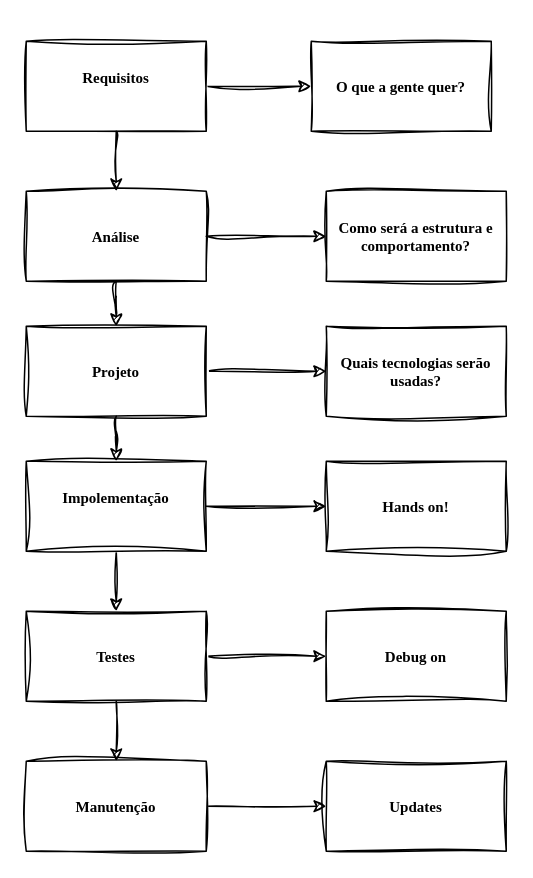
This is project-esp32nativesense.drawio from r0bertgabriel/ESP32NativeSense, a draw.io file, before an edit. Source tidied: cells renumbered, new cells numbered last; positions are measured from the earlier drawing's top-left corner, leaving out a move shared by most shapes. Both pictures are drawn from the tidied source at 150%, with x=0, y=0 at pixel (26, 40).
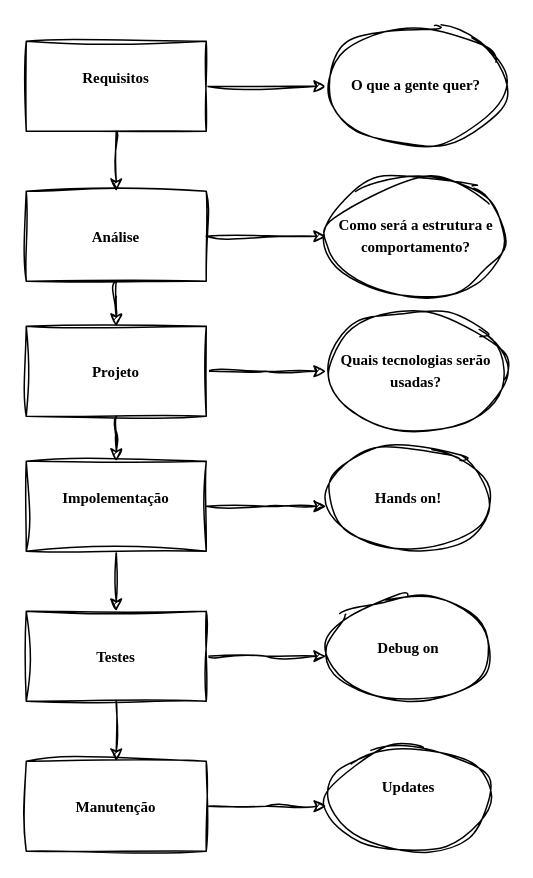
After the change.

Unchanged cells that the change refers to:
```xml
<mxCell id="4" value="Requisitos&lt;div&gt;&lt;br&gt;&lt;/div&gt;" style="rounded=0;whiteSpace=wrap;html=1;sketch=1;curveFitting=1;jiggle=2;labelBackgroundColor=none;fontFamily=Garamond;fontSize=10;fontStyle=1;" parent="1" vertex="1">
  <mxGeometry width="120" height="60" as="geometry" />
</mxCell>
<mxCell id="7" value="Análise" style="rounded=0;whiteSpace=wrap;html=1;sketch=1;curveFitting=1;jiggle=2;labelBackgroundColor=none;fontFamily=Garamond;fontSize=10;fontStyle=1;" parent="1" vertex="1">
  <mxGeometry y="100" width="120" height="60" as="geometry" />
</mxCell>
<mxCell id="10" value="Projeto" style="rounded=0;whiteSpace=wrap;html=1;sketch=1;curveFitting=1;jiggle=2;labelBackgroundColor=none;fontFamily=Garamond;fontSize=10;fontStyle=1;" parent="1" vertex="1">
  <mxGeometry y="190" width="120" height="60" as="geometry" />
</mxCell>
<mxCell id="13" value="Impolementação&lt;div&gt;&lt;br&gt;&lt;/div&gt;" style="whiteSpace=wrap;html=1;fontSize=10;fontFamily=Garamond;rounded=0;sketch=1;curveFitting=1;jiggle=2;labelBackgroundColor=none;fontStyle=1;" parent="1" vertex="1">
  <mxGeometry y="280" width="120" height="60" as="geometry" />
</mxCell>
<mxCell id="16" value="Testes" style="whiteSpace=wrap;html=1;fontSize=10;fontFamily=Garamond;rounded=0;sketch=1;curveFitting=1;jiggle=2;labelBackgroundColor=none;fontStyle=1;" parent="1" vertex="1">
  <mxGeometry y="380" width="120" height="60" as="geometry" />
</mxCell>
<mxCell id="18" value="Manutenção" style="whiteSpace=wrap;html=1;fontSize=10;fontFamily=Garamond;rounded=0;sketch=1;curveFitting=1;jiggle=2;labelBackgroundColor=none;fontStyle=1;" parent="1" vertex="1">
  <mxGeometry y="480" width="120" height="60" as="geometry" />
</mxCell>
```

What changed in the source:
```diff
@@
-    <mxCell id="3" style="edgeStyle=orthogonalEdgeStyle;rounded=0;sketch=1;hachureGap=4;jiggle=2;curveFitting=1;jettySize=auto;html=1;fontFamily=Architects Daughter;" parent="1" edge="1" source="4" target="19">
+    <mxCell id="3" style="edgeStyle=orthogonalEdgeStyle;rounded=0;sketch=1;hachureGap=4;jiggle=2;curveFitting=1;jettySize=auto;html=1;fontFamily=Architects Daughter;entryX=0;entryY=0.5;entryDx=0;entryDy=0;" parent="1" edge="1" source="4" target="19">
       <mxGeometry relative="1" as="geometry" />
     </mxCell>
@@
-    <mxCell id="6" style="edgeStyle=orthogonalEdgeStyle;rounded=0;sketch=1;hachureGap=4;jiggle=2;curveFitting=1;jettySize=auto;html=1;fontFamily=Architects Daughter;" parent="1" edge="1" source="7" target="20">
+    <mxCell id="6" style="edgeStyle=orthogonalEdgeStyle;rounded=0;sketch=1;hachureGap=4;jiggle=2;curveFitting=1;jettySize=auto;html=1;fontFamily=Architects Daughter;entryX=0;entryY=0.5;entryDx=0;entryDy=0;" parent="1" edge="1" source="7" target="20">
       <mxGeometry relative="1" as="geometry" />
     </mxCell>
@@
-    <mxCell id="9" style="edgeStyle=orthogonalEdgeStyle;rounded=0;sketch=1;hachureGap=4;jiggle=2;curveFitting=1;jettySize=auto;html=1;fontFamily=Architects Daughter;" parent="1" edge="1" source="10" target="21">
-      <mxGeometry relative="1" as="geometry" />
+    <mxCell id="9" style="edgeStyle=orthogonalEdgeStyle;rounded=0;sketch=1;hachureGap=4;jiggle=2;curveFitting=1;jettySize=auto;html=1;fontFamily=Architects Daughter;" parent="1" edge="1" source="10">
+      <mxGeometry relative="1" as="geometry">
+        <mxPoint x="200" y="220" as="targetPoint" />
+      </mxGeometry>
     </mxCell>
@@
-    <mxCell id="12" style="edgeStyle=orthogonalEdgeStyle;rounded=0;sketch=1;hachureGap=4;jiggle=2;curveFitting=1;jettySize=auto;html=1;fontFamily=Architects Daughter;" parent="1" edge="1" source="13" target="22">
-      <mxGeometry relative="1" as="geometry" />
+    <mxCell id="12" style="edgeStyle=orthogonalEdgeStyle;rounded=0;sketch=1;hachureGap=4;jiggle=2;curveFitting=1;jettySize=auto;html=1;fontFamily=Architects Daughter;" parent="1" edge="1" source="13">
+      <mxGeometry relative="1" as="geometry">
+        <mxPoint x="200" y="310" as="targetPoint" />
+      </mxGeometry>
     </mxCell>
@@
-    <mxCell id="15" style="edgeStyle=orthogonalEdgeStyle;rounded=0;sketch=1;hachureGap=4;jiggle=2;curveFitting=1;jettySize=auto;html=1;fontFamily=Architects Daughter;" parent="1" edge="1" source="16" target="23">
-      <mxGeometry relative="1" as="geometry" />
+    <mxCell id="15" style="edgeStyle=orthogonalEdgeStyle;rounded=0;sketch=1;hachureGap=4;jiggle=2;curveFitting=1;jettySize=auto;html=1;fontFamily=Architects Daughter;" parent="1" edge="1" source="16">
+      <mxGeometry relative="1" as="geometry">
+        <mxPoint x="200" y="410" as="targetPoint" />
+      </mxGeometry>
     </mxCell>
@@
-    <mxCell id="17" style="edgeStyle=orthogonalEdgeStyle;rounded=0;sketch=1;hachureGap=4;jiggle=2;curveFitting=1;jettySize=auto;html=1;fontFamily=Architects Daughter;" parent="1" edge="1" source="18" target="24">
-      <mxGeometry relative="1" as="geometry" />
+    <mxCell id="17" style="edgeStyle=orthogonalEdgeStyle;rounded=0;sketch=1;hachureGap=4;jiggle=2;curveFitting=1;jettySize=auto;html=1;fontFamily=Architects Daughter;" parent="1" edge="1" source="18">
+      <mxGeometry relative="1" as="geometry">
+        <mxPoint x="200" y="510" as="targetPoint" />
+      </mxGeometry>
     </mxCell>
@@
-    <mxCell id="19" value="&lt;div&gt;O que a gente quer?&lt;/div&gt;" style="rounded=0;whiteSpace=wrap;html=1;sketch=1;curveFitting=1;jiggle=2;labelBackgroundColor=none;fontFamily=Garamond;fontSize=10;fontStyle=1;" parent="1" vertex="1">
-      <mxGeometry x="190" width="120" height="60" as="geometry" />
+    <mxCell id="19" value="&lt;span style=&quot;font-family: Garamond; font-size: 10px; font-weight: 700;&quot;&gt;O que a gente quer?&lt;/span&gt;" style="ellipse;whiteSpace=wrap;html=1;sketch=1;hachureGap=4;jiggle=2;curveFitting=1;fontFamily=Architects Daughter;shadow=0;" parent="1" vertex="1">
+      <mxGeometry x="200" y="-10" width="120" height="80" as="geometry" />
     </mxCell>
-    <mxCell id="20" value="Como será a estrutura e comportamento?" style="rounded=0;whiteSpace=wrap;html=1;sketch=1;curveFitting=1;jiggle=2;labelBackgroundColor=none;fontFamily=Garamond;fontSize=10;fontStyle=1;" parent="1" vertex="1">
-      <mxGeometry x="200" y="100" width="120" height="60" as="geometry" />
+    <mxCell id="20" value="&lt;span style=&quot;font-family: Garamond; font-size: 10px; font-weight: 700;&quot;&gt;Como será a estrutura e comportamento?&lt;/span&gt;" style="ellipse;whiteSpace=wrap;html=1;sketch=1;hachureGap=4;jiggle=2;curveFitting=1;fontFamily=Architects Daughter;shadow=0;" parent="1" vertex="1">
+      <mxGeometry x="200" y="90" width="120" height="80" as="geometry" />
     </mxCell>
-    <mxCell id="21" value="Quais tecnologias serão usadas?" style="rounded=0;whiteSpace=wrap;html=1;sketch=1;curveFitting=1;jiggle=2;labelBackgroundColor=none;fontFamily=Garamond;fontSize=10;fontStyle=1;" parent="1" vertex="1">
-      <mxGeometry x="200" y="190" width="120" height="60" as="geometry" />
+    <mxCell id="21" value="&lt;span style=&quot;font-family: Garamond; font-size: 10px; font-weight: 700;&quot;&gt;Quais tecnologias serão usadas?&lt;/span&gt;" style="ellipse;whiteSpace=wrap;html=1;sketch=1;hachureGap=4;jiggle=2;curveFitting=1;fontFamily=Architects Daughter;shadow=0;" parent="1" vertex="1">
+      <mxGeometry x="200" y="180" width="120" height="80" as="geometry" />
     </mxCell>
-    <mxCell id="22" value="&lt;div&gt;Hands on!&lt;/div&gt;" style="whiteSpace=wrap;html=1;fontSize=10;fontFamily=Garamond;rounded=0;sketch=1;curveFitting=1;jiggle=2;labelBackgroundColor=none;fontStyle=1;" parent="1" vertex="1">
-      <mxGeometry x="200" y="280" width="120" height="60" as="geometry" />
+    <mxCell id="22" value="&lt;span style=&quot;font-family: Garamond; font-size: 10px; font-weight: 700;&quot;&gt;Hands on!&lt;/span&gt;" style="ellipse;whiteSpace=wrap;html=1;sketch=1;hachureGap=4;jiggle=2;curveFitting=1;fontFamily=Architects Daughter;shadow=0;" parent="1" vertex="1">
+      <mxGeometry x="200" y="270" width="110" height="70" as="geometry" />
     </mxCell>
-    <mxCell id="23" value="Debug on" style="whiteSpace=wrap;html=1;fontSize=10;fontFamily=Garamond;rounded=0;sketch=1;curveFitting=1;jiggle=2;labelBackgroundColor=none;fontStyle=1;" parent="1" vertex="1">
-      <mxGeometry x="200" y="380" width="120" height="60" as="geometry" />
+    <mxCell id="23" value="&lt;span style=&quot;font-family: Garamond; font-size: 10px; font-weight: 700;&quot;&gt;Debug on&lt;/span&gt;" style="ellipse;whiteSpace=wrap;html=1;sketch=1;hachureGap=4;jiggle=2;curveFitting=1;fontFamily=Architects Daughter;shadow=0;" parent="1" vertex="1">
+      <mxGeometry x="200" y="370" width="110" height="70" as="geometry" />
     </mxCell>
-    <mxCell id="24" value="Updates" style="whiteSpace=wrap;html=1;fontSize=10;fontFamily=Garamond;rounded=0;sketch=1;curveFitting=1;jiggle=2;labelBackgroundColor=none;fontStyle=1;" parent="1" vertex="1">
-      <mxGeometry x="200" y="480" width="120" height="60" as="geometry" />
+    <mxCell id="24" value="&lt;div style=&quot;&quot;&gt;&lt;span style=&quot;font-family: Garamond; font-size: 10px; font-weight: 700; background-color: initial;&quot;&gt;Updates&lt;/span&gt;&lt;/div&gt;&lt;div style=&quot;&quot;&gt;&lt;span style=&quot;font-family: Garamond; font-size: 10px; font-weight: 700;&quot;&gt;&lt;br&gt;&lt;/span&gt;&lt;/div&gt;" style="ellipse;whiteSpace=wrap;html=1;sketch=1;hachureGap=4;jiggle=2;curveFitting=1;fontFamily=Architects Daughter;shadow=0;" parent="1" vertex="1">
+      <mxGeometry x="200" y="470" width="110" height="70" as="geometry" />
     </mxCell>
```
